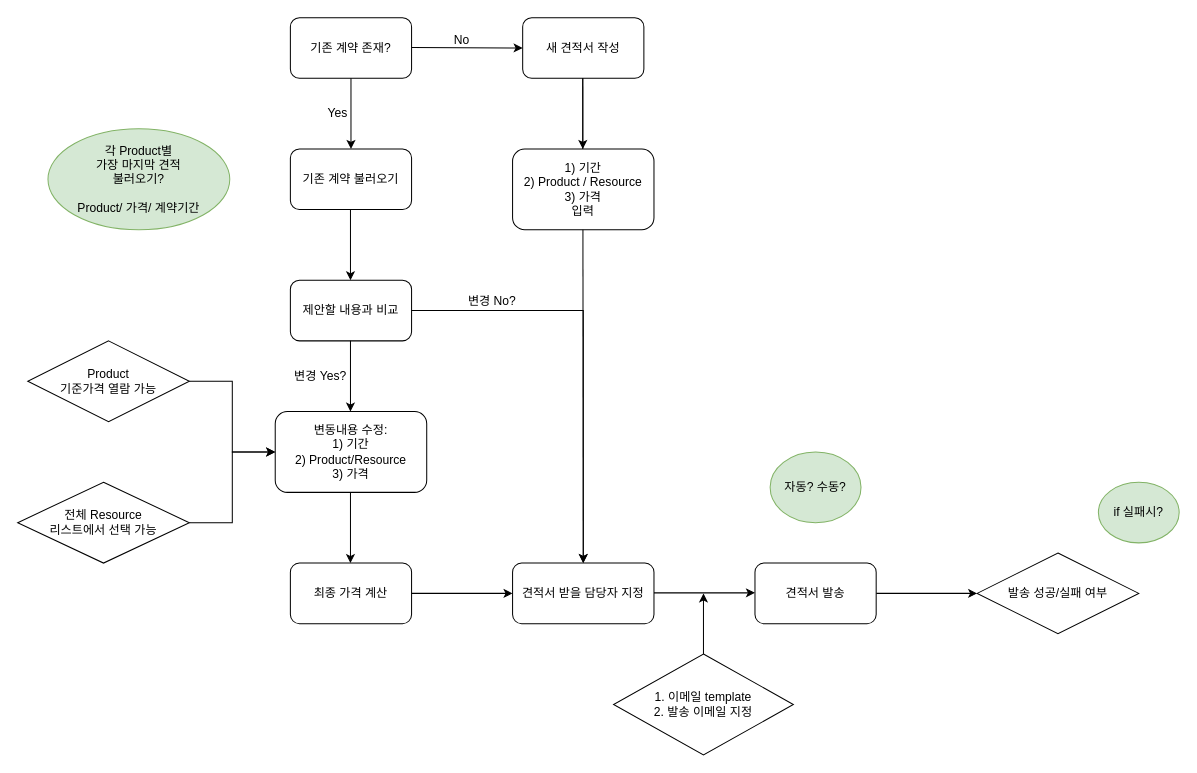
This is page "견적서_process" (8 of 8) of cknet 오브젝트 및 프로세스.drawio from cknet-saleforce/newyork, a draw.io file, before an edit. Source tidied: cells renumbered, new cells numbered last; positions are measured from the earlier drawing's top-left corner, leaving out a move shared by most shapes. Both pictures are drawn from the tidied source at 101%, with x=0, y=0 at pixel (17, 17).
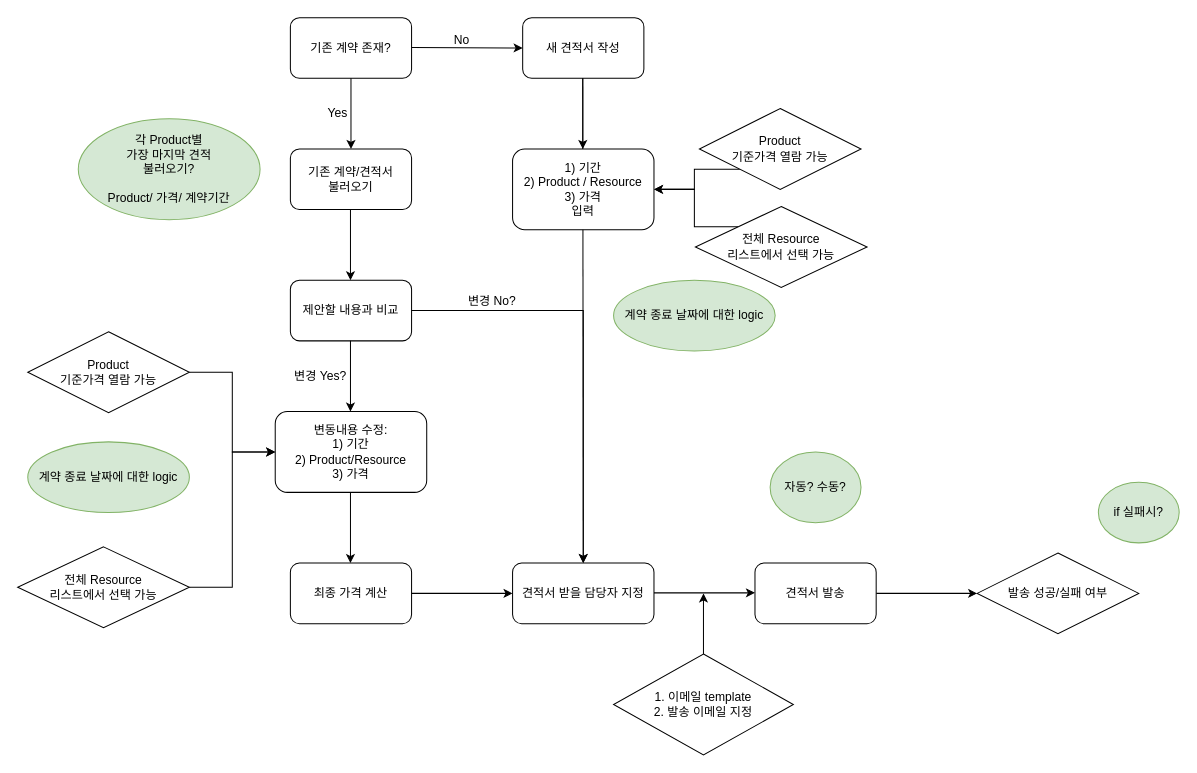
The same diagram, later.

Commit message:
견적서 process updated

Unchanged cells that the change refers to:
```xml
<mxCell id="21" value="1) 기간&lt;br&gt;2) Product / Resource&lt;br&gt;3) 가격&lt;br&gt;입력" style="rounded=1;whiteSpace=wrap;html=1;" parent="1" vertex="1">
  <mxGeometry x="490" y="130" width="140" height="80" as="geometry" />
</mxCell>
```

Change to the diagram source:
```diff
@@
-    <mxCell id="3" value="기존 계약 불러오기" style="rounded=1;whiteSpace=wrap;html=1;" parent="1" vertex="1">
+    <mxCell id="3" value="기존 계약/견적서 &lt;br&gt;불러오기" style="rounded=1;whiteSpace=wrap;html=1;" parent="1" vertex="1">
       <mxGeometry x="270" y="130" width="120" height="60" as="geometry" />
     </mxCell>
@@
     <mxCell id="26" value="&lt;span&gt;각 Product별&lt;/span&gt;&lt;br&gt;&lt;span&gt;가장 마지막 견적 &lt;br&gt;불러오기?&lt;br&gt;&lt;br&gt;Product/ 가격/ 계약기간&lt;br&gt;&lt;/span&gt;" style="ellipse;whiteSpace=wrap;html=1;fillColor=#d5e8d4;strokeColor=#82b366;" parent="1" vertex="1">
-      <mxGeometry x="30" y="110" width="180" height="100" as="geometry" />
+      <mxGeometry x="60" y="100" width="180" height="100" as="geometry" />
     </mxCell>
@@
     <mxCell id="28" value="Product&lt;br&gt;기준가격 열람 가능" style="rhombus;whiteSpace=wrap;html=1;" parent="1" vertex="1">
-      <mxGeometry x="10" y="320" width="160" height="80" as="geometry" />
+      <mxGeometry x="10" y="311" width="160" height="80" as="geometry" />
     </mxCell>
@@
     <mxCell id="30" value="전체 Resource&lt;br&gt;리스트에서 선택 가능" style="rhombus;whiteSpace=wrap;html=1;" parent="1" vertex="1">
-      <mxGeometry y="460" width="170" height="80" as="geometry" />
+      <mxGeometry y="524" width="170" height="80" as="geometry" />
     </mxCell>
@@
+    <mxCell id="36" value="&lt;span&gt;계약 종료 날짜에 대한 logic&lt;br&gt;&lt;/span&gt;" style="ellipse;whiteSpace=wrap;html=1;fillColor=#d5e8d4;strokeColor=#82b366;" parent="1" vertex="1">
+      <mxGeometry x="10" y="420" width="160" height="70" as="geometry" />
+    </mxCell>
+    <mxCell id="37" value="&lt;span&gt;계약 종료 날짜에 대한 logic&lt;br&gt;&lt;/span&gt;" style="ellipse;whiteSpace=wrap;html=1;fillColor=#d5e8d4;strokeColor=#82b366;" parent="1" vertex="1">
+      <mxGeometry x="590" y="260" width="160" height="70" as="geometry" />
+    </mxCell>
+    <mxCell id="38" style="edgeStyle=orthogonalEdgeStyle;rounded=0;jettySize=auto;html=1;exitX=0;exitY=1;exitDx=0;exitDy=0;entryX=1;entryY=0.5;entryDx=0;entryDy=0;" parent="1" edge="1" source="39" target="21">
+      <mxGeometry relative="1" as="geometry">
+        <Array as="points">
+          <mxPoint x="670" y="150" />
+          <mxPoint x="670" y="170" />
+        </Array>
+      </mxGeometry>
+    </mxCell>
+    <mxCell id="39" value="Product&lt;br&gt;기준가격 열람 가능" style="rhombus;whiteSpace=wrap;html=1;" parent="1" vertex="1">
+      <mxGeometry x="675" y="90" width="160" height="80" as="geometry" />
+    </mxCell>
+    <mxCell id="40" style="edgeStyle=orthogonalEdgeStyle;rounded=0;jettySize=auto;html=1;exitX=0;exitY=0;exitDx=0;exitDy=0;" parent="1" edge="1" source="41" target="21">
+      <mxGeometry relative="1" as="geometry">
+        <Array as="points">
+          <mxPoint x="670" y="207" />
+          <mxPoint x="670" y="170" />
+        </Array>
+      </mxGeometry>
+    </mxCell>
+    <mxCell id="41" value="전체 Resource&lt;br&gt;리스트에서 선택 가능" style="rhombus;whiteSpace=wrap;html=1;" parent="1" vertex="1">
+      <mxGeometry x="671" y="187" width="170" height="80" as="geometry" />
+    </mxCell>
```
